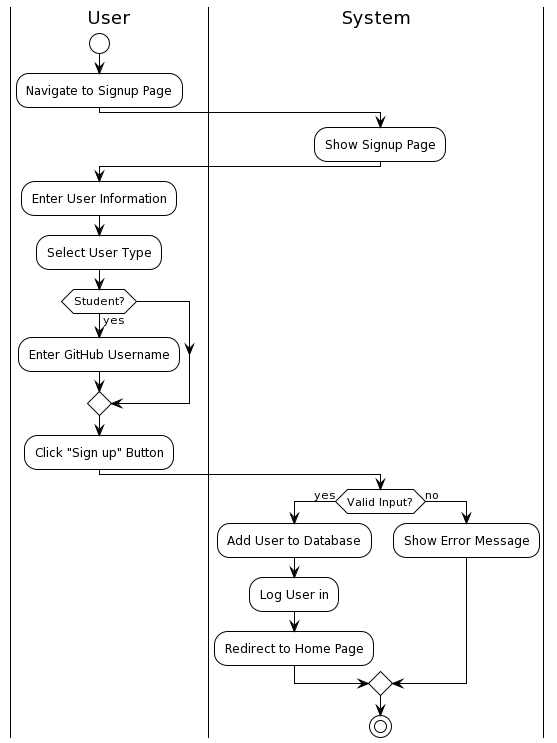
The PlantUML diagram RASD/Diagrams/activity_signup.png in TommasoCapacci/SEII-2024-Capacci-Ginestroni, before a commit.
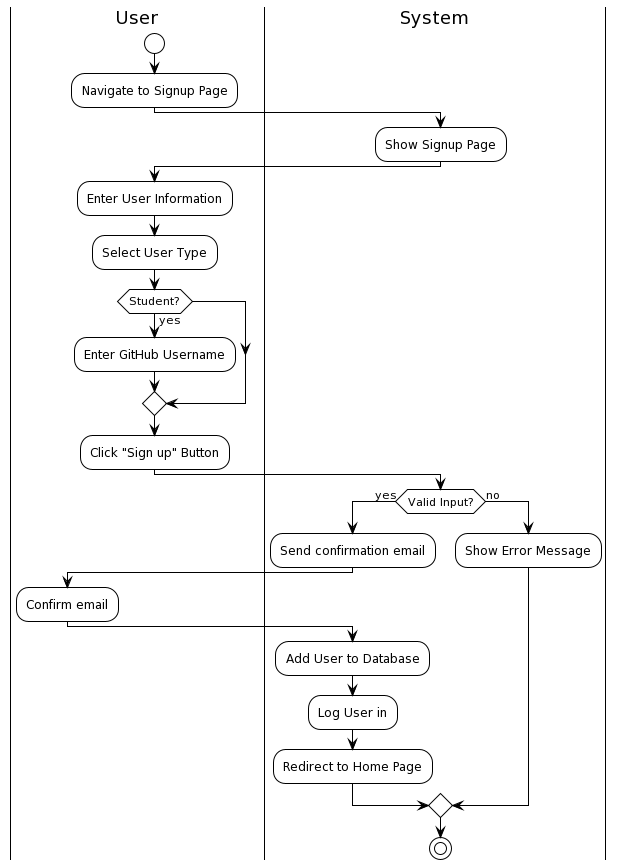
The same file after the commit.

Commit message:
updated activity diagram for signup

The edit, as a diff of the source:
```diff
@@ -14,6 +14,10 @@
 :Click "Sign up" Button;
 |System|
 if (Valid Input?) then (yes)
+:Send confirmation email;
+|User|
+:Confirm email;
+|System|
 :Add User to Database;
 :Log User in;
 :Redirect to Home Page;
```
